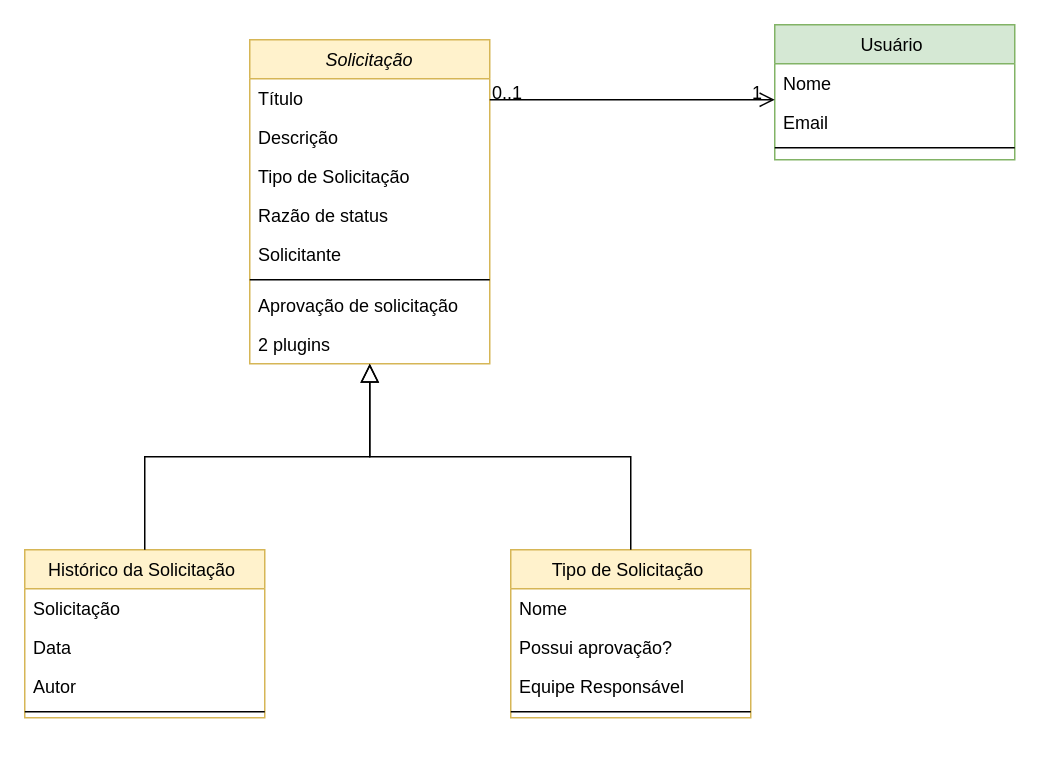
This is page "Dataverse" (1 of 2) of Estágio 2027.drawio from julianaoliveiraveiga/drawDiagramas, a draw.io file, before an edit. Source tidied: cells renumbered, new cells numbered last; positions are measured from the earlier drawing's top-left corner, leaving out a move shared by most shapes. Both pictures are drawn from the tidied source at 150%, with x=0, y=0 at pixel (24, 24).
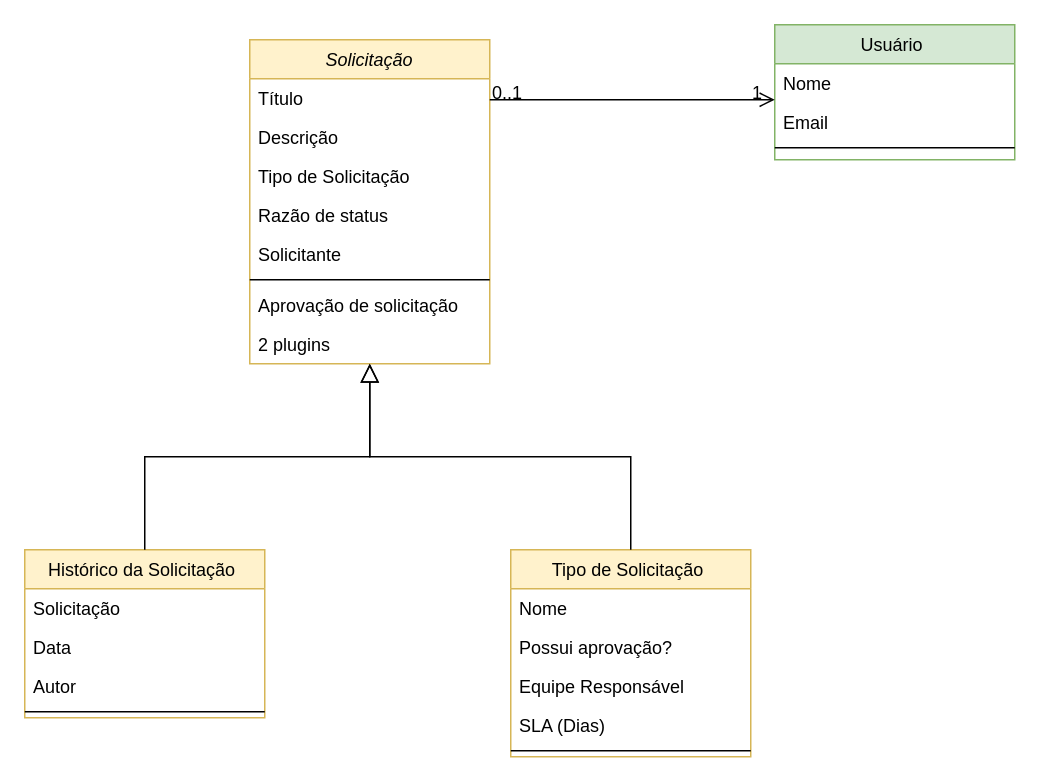
Above is the later version.

Diff of the diagram source:
```diff
@@
     <mxCell id="17" value="Tipo de Solicitação " style="swimlane;fontStyle=0;align=center;verticalAlign=top;horizontal=1;startSize=26;rounded=0;shadow=0;strokeWidth=1;fillColor=#fff2cc;strokeColor=#d6b656;" parent="1" vertex="1">
-      <mxGeometry x="324" y="350" width="160" height="112" as="geometry" />
+      <mxGeometry x="324" y="350" width="160" height="138" as="geometry" />
     </mxCell>
@@
+    <mxCell id="30" value="SLA (Dias)" style="text;align=left;verticalAlign=top;spacingLeft=4;spacingRight=4;overflow=hidden;" parent="17" vertex="1">
+      <mxGeometry y="104" width="160" height="26" as="geometry" />
+    </mxCell>
     <mxCell id="21" style="line;html=1;strokeWidth=1;align=left;verticalAlign=middle;spacingTop=-1;spacingLeft=3;spacingRight=3;labelPosition=right;" parent="17" vertex="1">
-      <mxGeometry y="104" width="160" height="8" as="geometry" />
+      <mxGeometry y="130" width="160" height="8" as="geometry" />
     </mxCell>
```
